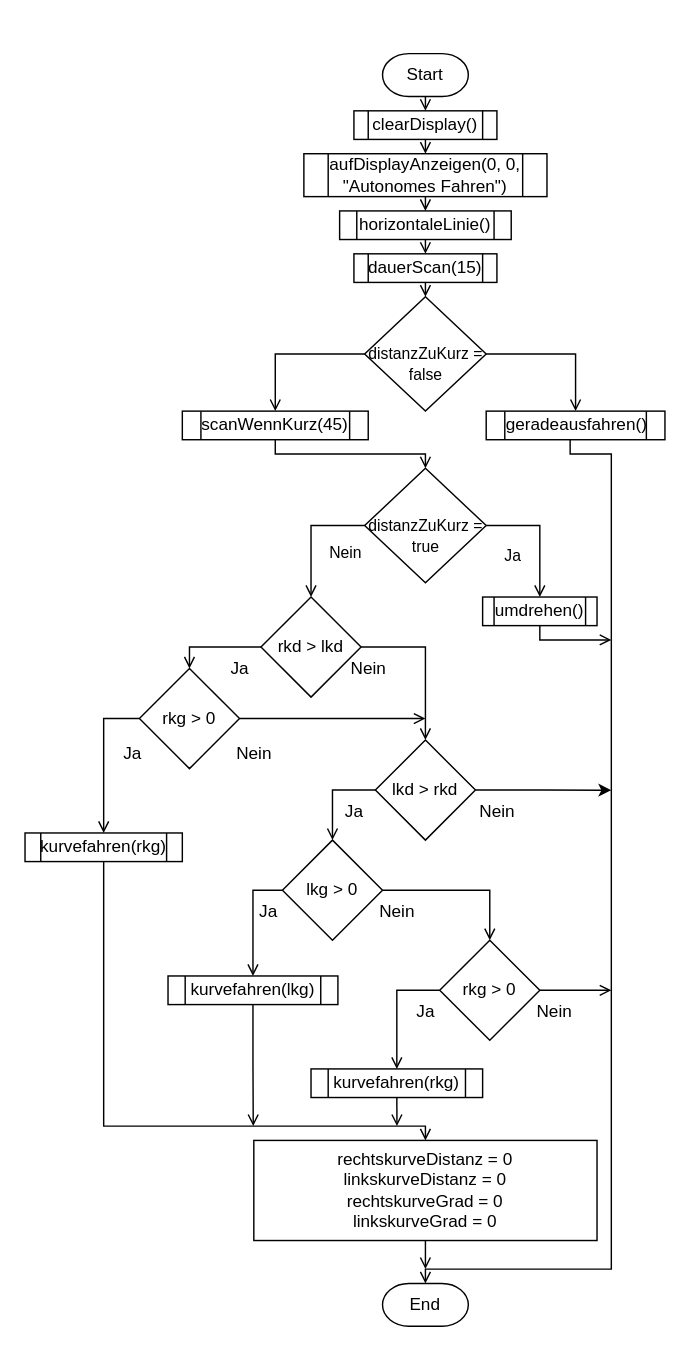
This is diagrams/caseAutonomesFahren.drawio from DanielSteinhauser/lidar-auto, a draw.io file, before an edit. Source tidied: cells renumbered, new cells numbered last; positions are measured from the earlier drawing's top-left corner, leaving out a move shared by most shapes. Both pictures are drawn from the tidied source at 143%, with x=0, y=0 at pixel (24, 53).
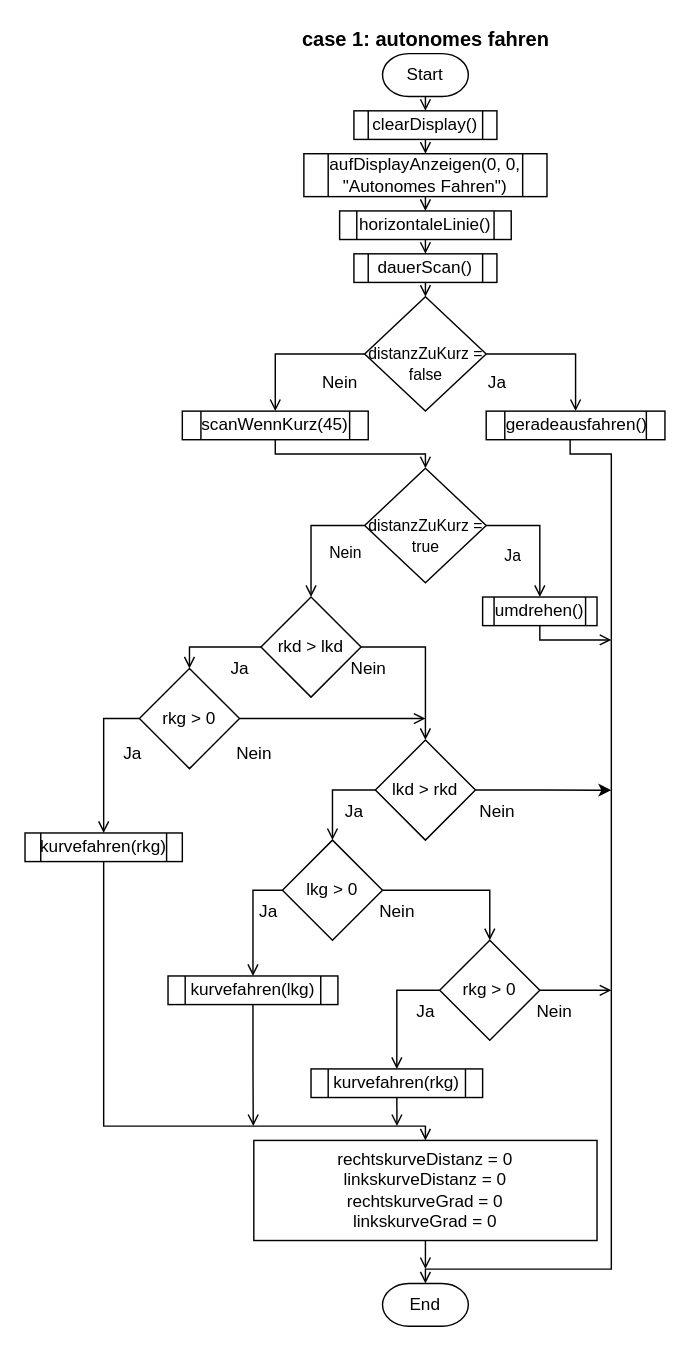
After the change.

Diff of the diagram source:
```diff
@@
-    <mxCell id="5" value="dauerScan(15)" style="shape=process;whiteSpace=wrap;html=1;backgroundOutline=1;rounded=0;strokeColor=default;strokeWidth=1;" parent="1" vertex="1">
+    <mxCell id="5" value="dauerScan()" style="shape=process;whiteSpace=wrap;html=1;backgroundOutline=1;rounded=0;strokeColor=default;strokeWidth=1;" parent="1" vertex="1">
       <mxGeometry x="230" y="140" width="100" height="20" as="geometry" />
     </mxCell>
@@
+    <mxCell id="60" value="&lt;font style=&quot;font-size: 14px&quot;&gt;&lt;b&gt;case 1: autonomes fahren&lt;/b&gt;&lt;/font&gt;" style="text;html=1;align=center;verticalAlign=middle;strokeColor=none;fillColor=none;" parent="1" vertex="1">
+      <mxGeometry x="185" y="-20" width="190" height="20" as="geometry" />
+    </mxCell>
+    <mxCell id="61" value="Ja" style="text;html=1;align=center;verticalAlign=middle;strokeColor=none;fillColor=none;" parent="1" vertex="1">
+      <mxGeometry x="315" y="220" width="30" height="20" as="geometry" />
+    </mxCell>
+    <mxCell id="62" value="Nein" style="text;html=1;align=center;verticalAlign=middle;strokeColor=none;fillColor=none;" parent="1" vertex="1">
+      <mxGeometry x="200" y="220" width="40" height="20" as="geometry" />
+    </mxCell>
```
